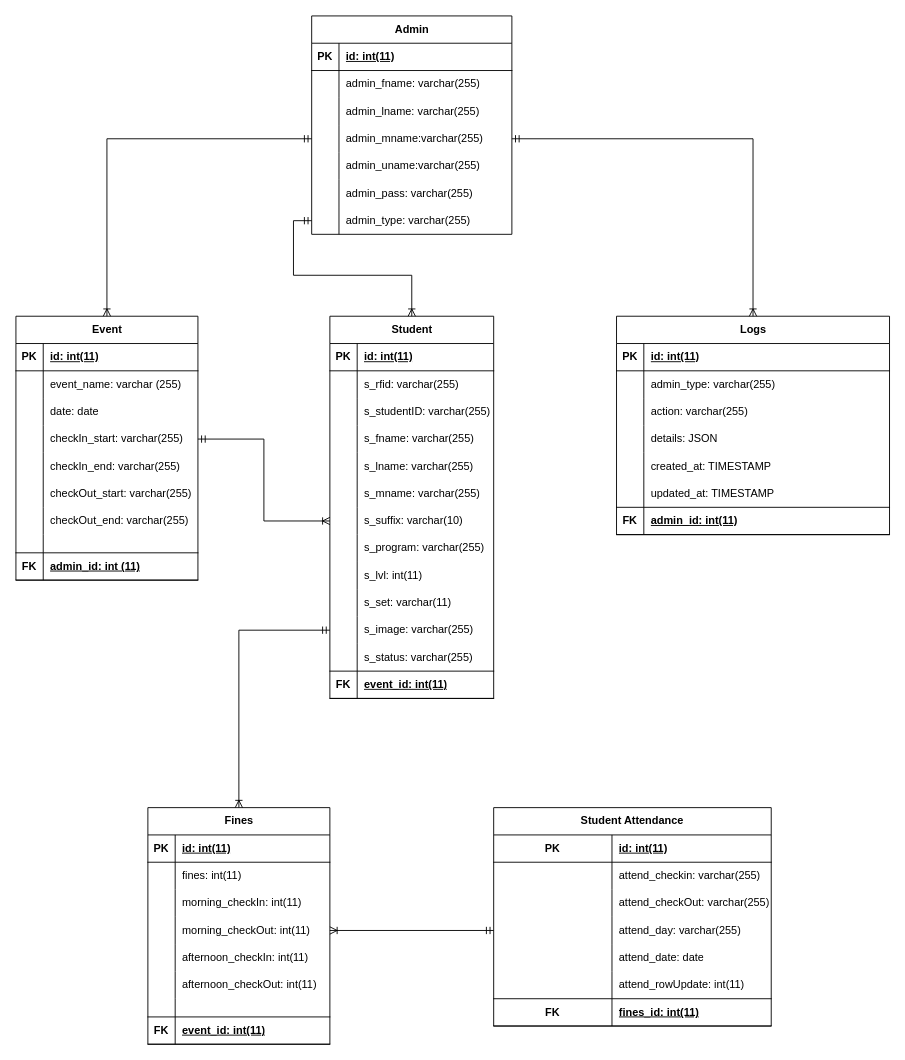
Earlier version of the draw.io diagram Attendance_System_ERD.drawio (panzerweb/database_repo). Source tidied: cells renumbered, new cells numbered last; positions are measured from the earlier drawing's top-left corner, leaving out a move shared by most shapes. Both pictures are drawn from the tidied source at 91%, with x=0, y=0 at pixel (15, 15).
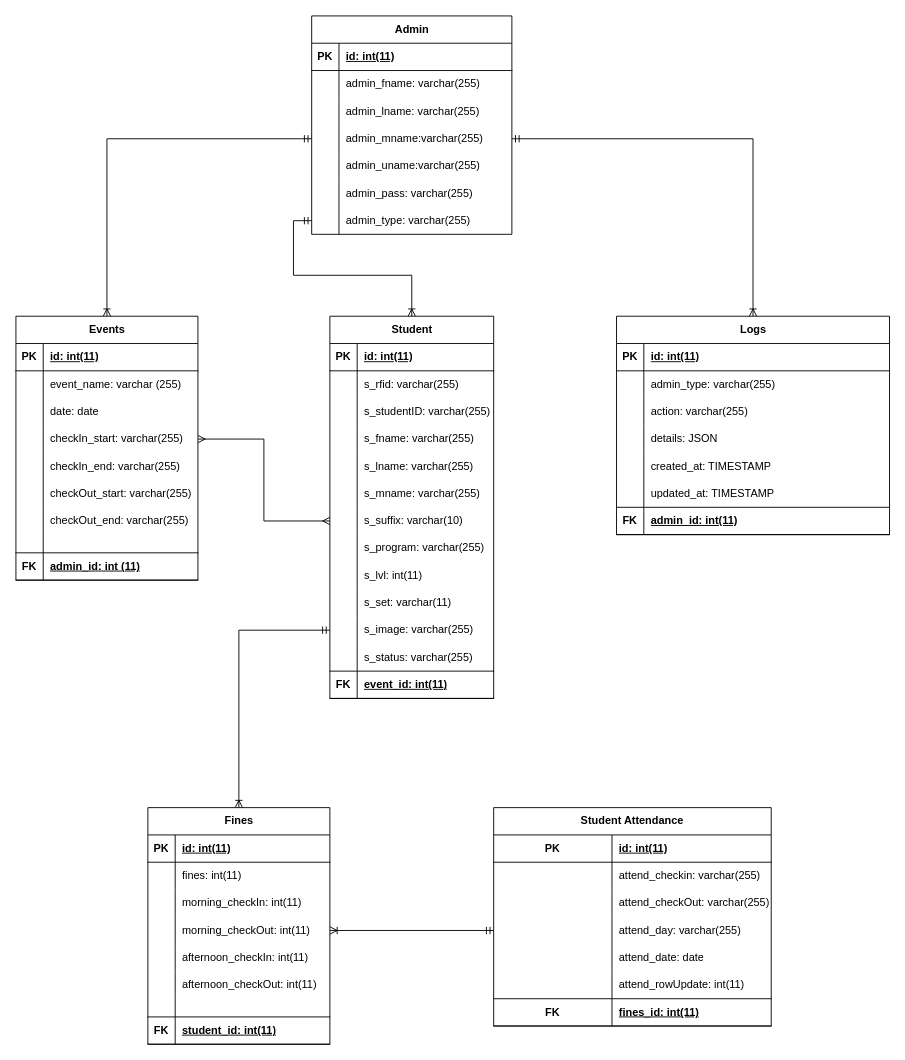
The same page after the edit.

Unchanged cells that the change refers to:
```xml
<mxCell id="21" style="shape=tableRow;horizontal=0;startSize=0;swimlaneHead=0;swimlaneBody=0;fillColor=none;points=[[0,0.5],[1,0.5]];portConstraint=eastwest;top=0;left=0;right=0;bottom=0;" parent="2" vertex="1">
  <mxGeometry y="210" width="180" height="30" as="geometry" />
</mxCell>
<mxCell id="86" style="shape=tableRow;horizontal=0;startSize=0;swimlaneHead=0;swimlaneBody=0;fillColor=none;top=0;left=0;right=0;bottom=1;" parent="64" vertex="1">
  <mxGeometry y="230" width="200" height="30" as="geometry" />
</mxCell>
<mxCell id="121" style="shape=tableRow;horizontal=0;startSize=0;swimlaneHead=0;swimlaneBody=0;fillColor=none;points=[[0,0.5],[1,0.5]];portConstraint=eastwest;top=0;left=0;right=0;bottom=0;" parent="111" vertex="1">
  <mxGeometry y="120" width="200" height="30" as="geometry" />
</mxCell>
```

Diff of the diagram source:
```diff
@@
-    <mxCell id="88" value="event_id: int(11)" style="shape=partialRectangle;fillColor=none;top=0;left=0;bottom=0;right=0;align=left;spacingLeft=6;fontStyle=5;overflow=hidden;whiteSpace=wrap;html=1;" parent="86" vertex="1">
+    <mxCell id="88" value="student_id: int(11)" style="shape=partialRectangle;fillColor=none;top=0;left=0;bottom=0;right=0;align=left;spacingLeft=6;fontStyle=5;overflow=hidden;whiteSpace=wrap;html=1;" parent="86" vertex="1">
       <mxGeometry x="30" width="170" height="30" as="geometry" />
     </mxCell>
@@
-    <mxCell id="111" value="Event" style="shape=table;startSize=30;childLayout=tableLayout;rowLines=0;fontStyle=1;align=center;html=1;" parent="1" vertex="1">
+    <mxCell id="111" value="Events" style="shape=table;startSize=30;childLayout=tableLayout;rowLines=0;fontStyle=1;align=center;html=1;" parent="1" vertex="1">
       <mxGeometry y="330" width="200" height="290" as="geometry" />
     </mxCell>
@@
-    <mxCell id="164" style="edgeStyle=orthogonalEdgeStyle;rounded=0;jettySize=auto;html=1;entryX=0;entryY=0.5;entryDx=0;entryDy=0;startArrow=ERmandOne;startFill=0;endArrow=ERoneToMany;endFill=0;" parent="1" edge="1" source="121" target="21">
+    <mxCell id="164" style="edgeStyle=orthogonalEdgeStyle;rounded=0;jettySize=auto;html=1;entryX=0;entryY=0.5;entryDx=0;entryDy=0;startArrow=ERmany;startFill=0;endArrow=ERmany;endFill=0;" parent="1" edge="1" source="121" target="21">
       <mxGeometry relative="1" as="geometry" />
     </mxCell>
```
